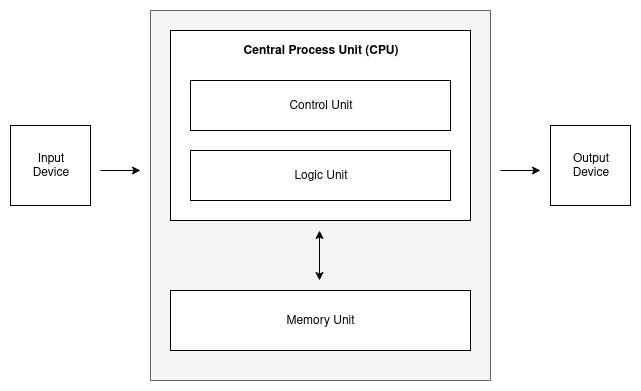
alcastic/sketches keeps this draw.io diagram as img/cpu-architecture.png. Above is the earlier version. Source tidied: cells renumbered, new cells last; positions are measured from the earlier drawing's top-left corner, leaving out a move shared by most shapes. Source of this version:
```xml
<mxGraphModel>
  <root>
    <mxCell id="0" />
    <mxCell id="1" parent="0" />
    <mxCell id="2" style="rounded=0;whiteSpace=wrap;html=1;fillColor=#f5f5f5;strokeColor=#666666;fontColor=#333333;" parent="1" vertex="1">
      <mxGeometry x="140" width="340" height="370" as="geometry" />
    </mxCell>
    <mxCell id="3" value="&lt;div&gt;Input&lt;/div&gt;&lt;div&gt;Device&lt;/div&gt;" style="whiteSpace=wrap;html=1;" parent="1" vertex="1">
      <mxGeometry y="115" width="80" height="80" as="geometry" />
    </mxCell>
    <mxCell id="4" value="Memory Unit" style="rounded=0;whiteSpace=wrap;html=1;" parent="1" vertex="1">
      <mxGeometry x="160" y="280" width="300" height="60" as="geometry" />
    </mxCell>
    <mxCell id="5" style="rounded=0;whiteSpace=wrap;html=1;" parent="1" vertex="1">
      <mxGeometry x="160" y="20" width="300" height="190" as="geometry" />
    </mxCell>
    <mxCell id="6" value="&lt;b&gt;Central Process Unit (CPU)&lt;/b&gt;" style="text;html=1;strokeColor=none;fillColor=none;align=center;verticalAlign=middle;whiteSpace=wrap;rounded=0;" parent="1" vertex="1">
      <mxGeometry x="180" y="30" width="260" height="20" as="geometry" />
    </mxCell>
    <mxCell id="7" value="Control Unit" style="rounded=0;whiteSpace=wrap;html=1;" parent="1" vertex="1">
      <mxGeometry x="180" y="70" width="260" height="50" as="geometry" />
    </mxCell>
    <mxCell id="8" value="Logic Unit" style="rounded=0;whiteSpace=wrap;html=1;" parent="1" vertex="1">
      <mxGeometry x="180" y="140" width="260" height="50" as="geometry" />
    </mxCell>
    <mxCell id="9" style="endArrow=classic;startArrow=classic;html=1;" parent="1" edge="1">
      <mxGeometry relative="1" as="geometry">
        <mxPoint x="309" y="270" as="sourcePoint" />
        <mxPoint x="309" y="220" as="targetPoint" />
      </mxGeometry>
    </mxCell>
    <mxCell id="10" style="endArrow=classic;html=1;" parent="1" edge="1">
      <mxGeometry relative="1" as="geometry">
        <mxPoint x="90" y="160" as="sourcePoint" />
        <mxPoint x="130" y="160" as="targetPoint" />
      </mxGeometry>
    </mxCell>
    <mxCell id="11" value="&lt;div&gt;Output&lt;/div&gt;&lt;div&gt;Device&lt;/div&gt;" style="whiteSpace=wrap;html=1;" parent="1" vertex="1">
      <mxGeometry x="540" y="115" width="80" height="80" as="geometry" />
    </mxCell>
    <mxCell id="12" style="endArrow=classic;html=1;" parent="1" edge="1">
      <mxGeometry relative="1" as="geometry">
        <mxPoint x="490" y="160" as="sourcePoint" />
        <mxPoint x="530" y="160" as="targetPoint" />
      </mxGeometry>
    </mxCell>
  </root>
</mxGraphModel>
```
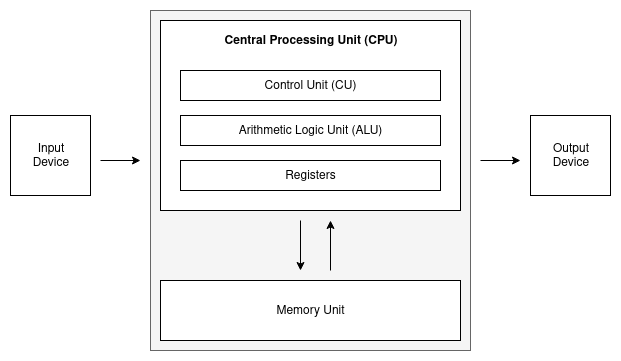
Above is the later version.

Change to the diagram source:
```diff
@@ -3,10 +3,10 @@
     <mxCell id="0" />
     <mxCell id="1" parent="0" />
     <mxCell id="2" style="rounded=0;whiteSpace=wrap;html=1;fillColor=#f5f5f5;strokeColor=#666666;fontColor=#333333;" parent="1" vertex="1">
-      <mxGeometry x="140" width="340" height="370" as="geometry" />
+      <mxGeometry x="150" y="10" width="320" height="340" as="geometry" />
     </mxCell>
     <mxCell id="3" value="&lt;div&gt;Input&lt;/div&gt;&lt;div&gt;Device&lt;/div&gt;" style="whiteSpace=wrap;html=1;" parent="1" vertex="1">
-      <mxGeometry y="115" width="80" height="80" as="geometry" />
+      <mxGeometry x="10" y="115" width="80" height="80" as="geometry" />
     </mxCell>
     <mxCell id="4" value="Memory Unit" style="rounded=0;whiteSpace=wrap;html=1;" parent="1" vertex="1">
       <mxGeometry x="160" y="280" width="300" height="60" as="geometry" />
@@ -14,35 +14,44 @@
     <mxCell id="5" style="rounded=0;whiteSpace=wrap;html=1;" parent="1" vertex="1">
       <mxGeometry x="160" y="20" width="300" height="190" as="geometry" />
     </mxCell>
-    <mxCell id="6" value="&lt;b&gt;Central Process Unit (CPU)&lt;/b&gt;" style="text;html=1;strokeColor=none;fillColor=none;align=center;verticalAlign=middle;whiteSpace=wrap;rounded=0;" parent="1" vertex="1">
+    <mxCell id="6" value="&lt;b&gt;Central Processing Unit (CPU)&lt;/b&gt;" style="text;html=1;strokeColor=none;fillColor=none;align=center;verticalAlign=middle;whiteSpace=wrap;rounded=0;" parent="1" vertex="1">
       <mxGeometry x="180" y="30" width="260" height="20" as="geometry" />
     </mxCell>
-    <mxCell id="7" value="Control Unit" style="rounded=0;whiteSpace=wrap;html=1;" parent="1" vertex="1">
-      <mxGeometry x="180" y="70" width="260" height="50" as="geometry" />
+    <mxCell id="7" value="Control Unit (CU)" style="rounded=0;whiteSpace=wrap;html=1;" parent="1" vertex="1">
+      <mxGeometry x="180" y="70" width="260" height="30" as="geometry" />
     </mxCell>
-    <mxCell id="8" value="Logic Unit" style="rounded=0;whiteSpace=wrap;html=1;" parent="1" vertex="1">
-      <mxGeometry x="180" y="140" width="260" height="50" as="geometry" />
+    <mxCell id="8" value="Registers" style="rounded=0;whiteSpace=wrap;html=1;" parent="1" vertex="1">
+      <mxGeometry x="180" y="160" width="260" height="30" as="geometry" />
     </mxCell>
-    <mxCell id="9" style="endArrow=classic;startArrow=classic;html=1;" parent="1" edge="1">
-      <mxGeometry relative="1" as="geometry">
-        <mxPoint x="309" y="270" as="sourcePoint" />
-        <mxPoint x="309" y="220" as="targetPoint" />
-      </mxGeometry>
-    </mxCell>
     <mxCell id="10" style="endArrow=classic;html=1;" parent="1" edge="1">
       <mxGeometry relative="1" as="geometry">
-        <mxPoint x="90" y="160" as="sourcePoint" />
-        <mxPoint x="130" y="160" as="targetPoint" />
+        <mxPoint x="100" y="160" as="sourcePoint" />
+        <mxPoint x="140" y="160" as="targetPoint" />
       </mxGeometry>
     </mxCell>
     <mxCell id="11" value="&lt;div&gt;Output&lt;/div&gt;&lt;div&gt;Device&lt;/div&gt;" style="whiteSpace=wrap;html=1;" parent="1" vertex="1">
-      <mxGeometry x="540" y="115" width="80" height="80" as="geometry" />
+      <mxGeometry x="530" y="115" width="80" height="80" as="geometry" />
     </mxCell>
     <mxCell id="12" style="endArrow=classic;html=1;" parent="1" edge="1">
       <mxGeometry relative="1" as="geometry">
-        <mxPoint x="490" y="160" as="sourcePoint" />
-        <mxPoint x="530" y="160" as="targetPoint" />
+        <mxPoint x="480" y="160" as="sourcePoint" />
+        <mxPoint x="520" y="160" as="targetPoint" />
       </mxGeometry>
     </mxCell>
+    <mxCell id="13" value="Arithmetic Logic Unit (ALU)" style="rounded=0;whiteSpace=wrap;html=1;" parent="1" vertex="1">
+      <mxGeometry x="180" y="115" width="260" height="30" as="geometry" />
+    </mxCell>
+    <mxCell id="14" style="endArrow=classic;html=1;" parent="1" edge="1">
+      <mxGeometry relative="1" as="geometry">
+        <mxPoint x="300" y="220" as="sourcePoint" />
+        <mxPoint x="300" y="270" as="targetPoint" />
+      </mxGeometry>
+    </mxCell>
+    <mxCell id="15" style="endArrow=classic;html=1;" parent="1" edge="1">
+      <mxGeometry relative="1" as="geometry">
+        <mxPoint x="330" y="270" as="sourcePoint" />
+        <mxPoint x="330" y="220" as="targetPoint" />
+      </mxGeometry>
+    </mxCell>
   </root>
 </mxGraphModel>
```
